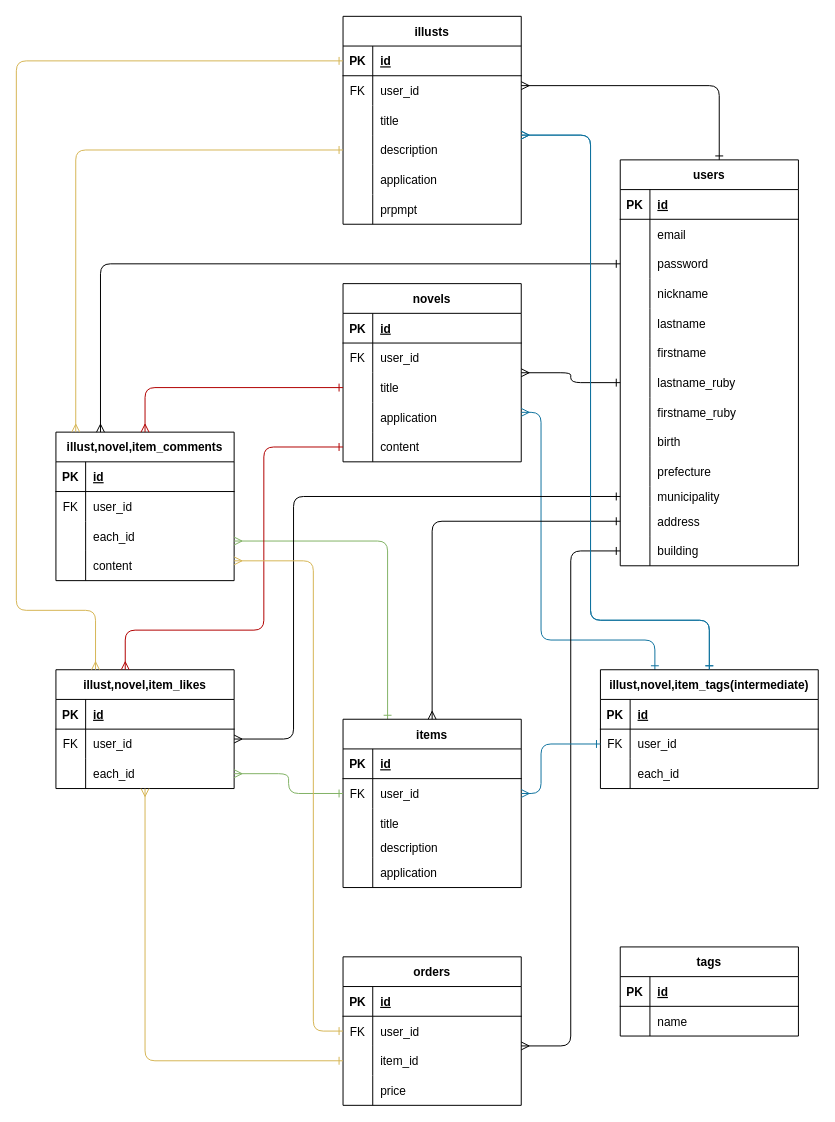
Earlier version of the draw.io diagram ailustrationER.dio (shotagithub/ailustration). Source tidied: cells renumbered, new cells numbered last; positions are measured from the earlier drawing's top-left corner, leaving out a move shared by most shapes. Both pictures are drawn from the tidied source at 99%, with x=0, y=0 at pixel (16, 16).
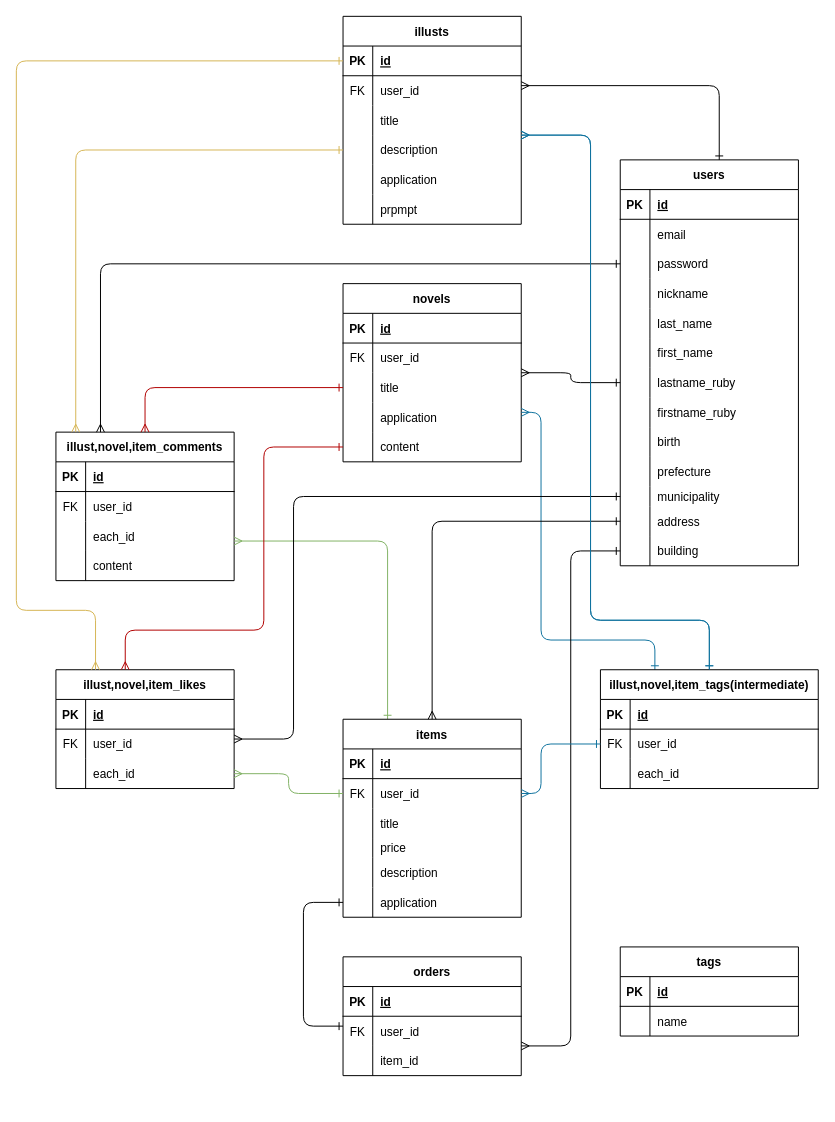
The same page after the edit.

The change refers to these unchanged cells:
```xml
<mxCell id="41" style="shape=tableRow;horizontal=0;startSize=0;swimlaneHead=0;swimlaneBody=0;fillColor=none;points=[[0,0.5],[1,0.5]];portConstraint=eastwest;top=0;left=0;right=0;bottom=0;" parent="37" vertex="1">
  <mxGeometry y="60" width="180" height="30" as="geometry" />
</mxCell>
<mxCell id="44" style="shape=tableRow;horizontal=0;startSize=0;swimlaneHead=0;swimlaneBody=0;fillColor=none;points=[[0,0.5],[1,0.5]];portConstraint=eastwest;top=0;left=0;right=0;bottom=0;" parent="37" vertex="1">
  <mxGeometry y="90" width="180" height="30" as="geometry" />
</mxCell>
<mxCell id="64" style="shape=tableRow;horizontal=0;startSize=0;swimlaneHead=0;swimlaneBody=0;fillColor=none;top=0;left=0;right=0;bottom=0;" parent="51" vertex="1">
  <mxGeometry y="150" width="180" height="30" as="geometry" />
</mxCell>
<mxCell id="67" style="shape=tableRow;horizontal=0;startSize=0;swimlaneHead=0;swimlaneBody=0;fillColor=none;top=0;left=0;right=0;bottom=0;" parent="51" vertex="1">
  <mxGeometry y="180" width="180" height="30" as="geometry" />
</mxCell>
<mxCell id="91" value="illust,novel,item_comments" style="shape=table;startSize=30;childLayout=tableLayout;rowLines=0;fontStyle=1;align=center;" parent="1" vertex="1">
  <mxGeometry x="40" y="420" width="180" height="150" as="geometry" />
</mxCell>
<mxCell id="115" style="shape=tableRow;horizontal=0;startSize=0;swimlaneHead=0;swimlaneBody=0;fillColor=none;top=0;left=0;right=0;bottom=0;" parent="105" vertex="1">
  <mxGeometry y="120" width="180" height="20" as="geometry" />
</mxCell>
<mxCell id="118" style="shape=tableRow;horizontal=0;startSize=0;swimlaneHead=0;swimlaneBody=0;fillColor=none;top=0;left=0;right=0;bottom=0;" parent="105" vertex="1">
  <mxGeometry y="140" width="180" height="30" as="geometry" />
</mxCell>
<mxCell id="121" value="illust,novel,item_likes" style="shape=table;startSize=30;childLayout=tableLayout;rowLines=0;fontStyle=1;align=center;" parent="1" vertex="1">
  <mxGeometry x="40" y="660" width="180" height="120" as="geometry" />
</mxCell>
```

Change to the diagram source:
```diff
@@
     <mxCell id="37" value="orders" style="shape=table;startSize=30;childLayout=tableLayout;rowLines=0;fontStyle=1;align=center;" parent="1" vertex="1">
-      <mxGeometry x="330" y="950" width="180" height="150" as="geometry" />
+      <mxGeometry x="330" y="950" width="180" height="120" as="geometry" />
     </mxCell>
@@
-    <mxCell id="47" style="shape=tableRow;horizontal=0;startSize=0;swimlaneHead=0;swimlaneBody=0;fillColor=none;top=0;left=0;right=0;bottom=0;" parent="37" vertex="1">
-      <mxGeometry y="120" width="180" height="30" as="geometry" />
-    </mxCell>
-    <mxCell id="48" style="shape=partialRectangle;fillColor=none;top=0;left=0;bottom=0;right=0;overflow=hidden;" parent="47" vertex="1">
-      <mxGeometry width="30" height="30" as="geometry" />
-    </mxCell>
-    <mxCell id="49" value="price" style="shape=partialRectangle;fillColor=none;top=0;left=0;bottom=0;right=0;align=left;spacingLeft=6;overflow=hidden;" parent="47" vertex="1">
-      <mxGeometry x="30" width="150" height="30" as="geometry" />
-    </mxCell>
@@
-    <mxCell id="66" value="lastname" style="shape=partialRectangle;fillColor=none;top=0;left=0;bottom=0;right=0;align=left;spacingLeft=6;overflow=hidden;" parent="64" vertex="1">
+    <mxCell id="66" value="last_name" style="shape=partialRectangle;fillColor=none;top=0;left=0;bottom=0;right=0;align=left;spacingLeft=6;overflow=hidden;" parent="64" vertex="1">
       <mxGeometry x="30" width="150" height="30" as="geometry" />
     </mxCell>
@@
-    <mxCell id="69" value="firstname" style="shape=partialRectangle;fillColor=none;top=0;left=0;bottom=0;right=0;align=left;spacingLeft=6;overflow=hidden;" parent="67" vertex="1">
+    <mxCell id="69" value="first_name" style="shape=partialRectangle;fillColor=none;top=0;left=0;bottom=0;right=0;align=left;spacingLeft=6;overflow=hidden;" parent="67" vertex="1">
       <mxGeometry x="30" width="150" height="30" as="geometry" />
     </mxCell>
@@
     <mxCell id="105" value="items" style="shape=table;startSize=30;childLayout=tableLayout;rowLines=0;fontStyle=1;align=center;" parent="1" vertex="1">
-      <mxGeometry x="330" y="710" width="180" height="170" as="geometry" />
+      <mxGeometry x="330" y="710" width="180" height="200" as="geometry" />
     </mxCell>
@@
-    <mxCell id="117" value="description" style="shape=partialRectangle;fillColor=none;top=0;left=0;bottom=0;right=0;align=left;spacingLeft=6;overflow=hidden;" parent="115" vertex="1">
+    <mxCell id="117" value="price" style="shape=partialRectangle;fillColor=none;top=0;left=0;bottom=0;right=0;align=left;spacingLeft=6;overflow=hidden;" parent="115" vertex="1">
       <mxGeometry x="30" width="150" height="20" as="geometry" />
     </mxCell>
@@
-    <mxCell id="120" value="application" style="shape=partialRectangle;fillColor=none;top=0;left=0;bottom=0;right=0;align=left;spacingLeft=6;overflow=hidden;" parent="118" vertex="1">
+    <mxCell id="120" value="description" style="shape=partialRectangle;fillColor=none;top=0;left=0;bottom=0;right=0;align=left;spacingLeft=6;overflow=hidden;" parent="118" vertex="1">
       <mxGeometry x="30" width="150" height="30" as="geometry" />
     </mxCell>
+    <mxCell id="164" style="shape=tableRow;horizontal=0;startSize=0;swimlaneHead=0;swimlaneBody=0;fillColor=none;points=[[0,0.5],[1,0.5]];portConstraint=eastwest;top=0;left=0;right=0;bottom=0;" parent="105" vertex="1">
+      <mxGeometry y="170" width="180" height="30" as="geometry" />
+    </mxCell>
+    <mxCell id="48" style="shape=partialRectangle;fillColor=none;top=0;left=0;bottom=0;right=0;overflow=hidden;" parent="164" vertex="1">
+      <mxGeometry width="30" height="30" as="geometry" />
+    </mxCell>
+    <mxCell id="165" value="application" style="shape=partialRectangle;fillColor=none;top=0;left=0;bottom=0;right=0;align=left;spacingLeft=6;overflow=hidden;" parent="164" vertex="1">
+      <mxGeometry x="30" width="150" height="30" as="geometry" />
+    </mxCell>
@@
-    <mxCell id="160" style="edgeStyle=orthogonalEdgeStyle;html=1;startArrow=ERone;startFill=0;endArrow=ERmany;endFill=0;fillColor=#fff2cc;gradientColor=#ffd966;strokeColor=#d6b656;" parent="1" edge="1" source="41" target="91">
-      <mxGeometry relative="1" as="geometry">
-        <Array as="points">
-          <mxPoint x="300" y="1025" />
-          <mxPoint x="300" y="550" />
-        </Array>
-      </mxGeometry>
-    </mxCell>
-    <mxCell id="161" style="edgeStyle=orthogonalEdgeStyle;html=1;startArrow=ERone;startFill=0;endArrow=ERmany;endFill=0;fillColor=#fff2cc;gradientColor=#ffd966;strokeColor=#d6b656;" parent="1" edge="1" source="44" target="121">
-      <mxGeometry relative="1" as="geometry" />
-    </mxCell>
@@
+    <mxCell id="166" style="edgeStyle=orthogonalEdgeStyle;html=1;startArrow=ERone;startFill=0;endArrow=ERone;endFill=0;" parent="1" edge="1" source="164" target="37">
+      <mxGeometry relative="1" as="geometry">
+        <Array as="points">
+          <mxPoint x="290" y="895" />
+          <mxPoint x="290" y="1020" />
+        </Array>
+      </mxGeometry>
+    </mxCell>
```
